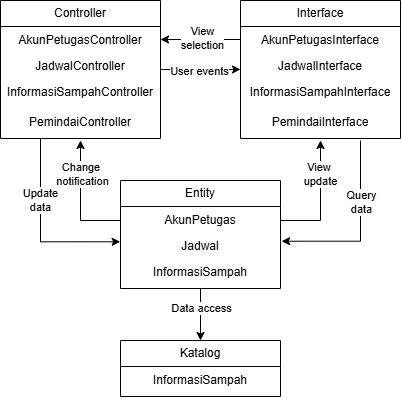
The draw.io diagram docs/M6/assets/diagram/arsitektur-mvc.png in sy-150/IF2150-RPL-K02-G05, before a commit. Source tidied: cells renumbered, new cells last; positions are measured from the earlier drawing's top-left corner, leaving out a move shared by most shapes.
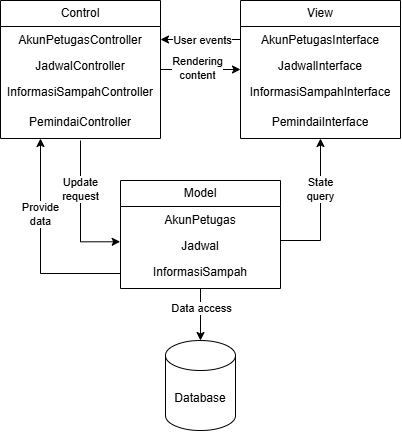
Above is the later version.

Commit message:
docs: edit image for aresitektur mvc

The edit, as a diff of the source:
```diff
@@ -5,12 +5,10 @@
     <mxCell id="2" style="edgeStyle=orthogonalEdgeStyle;rounded=0;jettySize=auto;html=1;entryX=0;entryY=0.5;entryDx=0;entryDy=0;" parent="1" edge="1" source="4" target="9">
       <mxGeometry relative="1" as="geometry" />
     </mxCell>
-    <mxCell id="3" value="User events" style="edgeLabel;html=1;align=center;verticalAlign=middle;" parent="2" vertex="1">
-      <mxGeometry x="0.12" y="-1" relative="1" as="geometry">
-        <mxPoint x="-7" as="offset" />
-      </mxGeometry>
-    </mxCell>
+    <mxCell id="32" value="Rendering&lt;div&gt;content&lt;/div&gt;" style="edgeLabel;html=1;align=center;verticalAlign=middle;" parent="2" vertex="1">
+      <mxGeometry x="-0.09" y="2" relative="1" as="geometry" />
+    </mxCell>
-    <mxCell id="4" value="Controller" style="swimlane;fontStyle=0;horizontal=1;startSize=26;fillColor=none;whiteSpace=wrap;html=1;" parent="1" vertex="1">
+    <mxCell id="4" value="Control" style="swimlane;fontStyle=0;horizontal=1;startSize=26;fillColor=none;whiteSpace=wrap;html=1;" parent="1" vertex="1">
       <mxGeometry width="160" height="138" as="geometry" />
     </mxCell>
     <mxCell id="5" value="AkunPetugasController" style="text;strokeColor=none;fillColor=none;align=center;verticalAlign=top;spacingLeft=4;spacingRight=4;overflow=hidden;points=[[0,0.5],[1,0.5]];portConstraint=eastwest;whiteSpace=wrap;html=1;" parent="4" vertex="1">
@@ -25,7 +23,7 @@
     <mxCell id="8" value="PemindaiController" style="text;strokeColor=none;fillColor=none;align=center;verticalAlign=top;spacingLeft=4;spacingRight=4;overflow=hidden;whiteSpace=wrap;html=1;" parent="4" vertex="1">
       <mxGeometry y="108" width="160" height="30" as="geometry" />
     </mxCell>
-    <mxCell id="9" value="Interface" style="swimlane;fontStyle=0;horizontal=1;startSize=26;fillColor=none;whiteSpace=wrap;html=1;" parent="1" vertex="1">
+    <mxCell id="9" value="View" style="swimlane;fontStyle=0;horizontal=1;startSize=26;fillColor=none;whiteSpace=wrap;html=1;" parent="1" vertex="1">
       <mxGeometry x="240" width="160" height="138" as="geometry" />
     </mxCell>
     <mxCell id="10" value="AkunPetugasInterface" style="text;strokeColor=none;fillColor=none;align=center;verticalAlign=top;spacingLeft=4;spacingRight=4;overflow=hidden;points=[[0,0.5],[1,0.5]];portConstraint=eastwest;whiteSpace=wrap;html=1;" parent="9" vertex="1">
@@ -40,26 +38,6 @@
     <mxCell id="13" value="PemindaiInterface" style="text;strokeColor=none;fillColor=none;align=center;verticalAlign=top;spacingLeft=4;spacingRight=4;overflow=hidden;whiteSpace=wrap;html=1;" parent="9" vertex="1">
       <mxGeometry y="108" width="160" height="30" as="geometry" />
     </mxCell>
-    <mxCell id="14" style="edgeStyle=orthogonalEdgeStyle;rounded=0;orthogonalLoop=1;jettySize=auto;html=1;" parent="1" edge="1">
-      <mxGeometry relative="1" as="geometry">
-        <mxPoint x="280" y="220" as="sourcePoint" />
-        <mxPoint x="320" y="140" as="targetPoint" />
-      </mxGeometry>
-    </mxCell>
-    <mxCell id="15" value="View&amp;nbsp;&lt;div&gt;update&lt;/div&gt;" style="edgeLabel;html=1;align=center;verticalAlign=middle;" parent="14" vertex="1">
-      <mxGeometry x="0.34" y="1" relative="1" as="geometry">
-        <mxPoint y="-7" as="offset" />
-      </mxGeometry>
-    </mxCell>
-    <mxCell id="16" style="edgeStyle=orthogonalEdgeStyle;rounded=0;orthogonalLoop=1;jettySize=auto;html=1;" parent="1" edge="1">
-      <mxGeometry x="-0.12" relative="1" as="geometry">
-        <mxPoint x="120" y="220" as="sourcePoint" />
-        <mxPoint x="80" y="140" as="targetPoint" />
-      </mxGeometry>
-    </mxCell>
-    <mxCell id="17" value="Change&amp;nbsp;&lt;div&gt;notification&lt;/div&gt;" style="edgeLabel;html=1;align=center;verticalAlign=middle;" parent="16" vertex="1">
-      <mxGeometry x="0.46" y="-1" relative="1" as="geometry" />
-    </mxCell>
     <mxCell id="18" style="edgeStyle=orthogonalEdgeStyle;rounded=0;jettySize=auto;html=1;exitX=0.5;exitY=1;exitDx=0;exitDy=0;" parent="1" edge="1" source="20">
       <mxGeometry relative="1" as="geometry">
         <mxPoint x="200" y="340" as="targetPoint" />
@@ -68,7 +46,15 @@
     <mxCell id="19" value="Data access" style="edgeLabel;html=1;align=center;verticalAlign=middle;" parent="18" vertex="1">
       <mxGeometry x="-0.27" relative="1" as="geometry" />
     </mxCell>
+    <mxCell id="33" style="edgeStyle=orthogonalEdgeStyle;rounded=0;jettySize=auto;html=1;entryX=0.25;entryY=1;entryDx=0;entryDy=0;exitX=0;exitY=0.5;exitDx=0;exitDy=0;" parent="1" edge="1" source="23" target="4">
+      <mxGeometry relative="1" as="geometry" />
+    </mxCell>
+    <mxCell id="34" value="Provide&lt;div&gt;data&lt;/div&gt;" style="edgeLabel;html=1;align=center;verticalAlign=middle;" parent="33" vertex="1">
+      <mxGeometry x="0.29" y="2" relative="1" as="geometry">
+        <mxPoint x="1" y="-1" as="offset" />
+      </mxGeometry>
+    </mxCell>
-    <mxCell id="20" value="Entity" style="swimlane;fontStyle=0;horizontal=1;startSize=26;fillColor=none;whiteSpace=wrap;html=1;" parent="1" vertex="1">
+    <mxCell id="20" value="Model" style="swimlane;fontStyle=0;horizontal=1;startSize=26;fillColor=none;whiteSpace=wrap;html=1;" parent="1" vertex="1">
       <mxGeometry x="120" y="180" width="160" height="108" as="geometry" />
     </mxCell>
     <mxCell id="21" value="AkunPetugas" style="text;strokeColor=none;fillColor=none;align=center;verticalAlign=top;spacingLeft=4;spacingRight=4;overflow=hidden;whiteSpace=wrap;html=1;" parent="20" vertex="1">
@@ -80,37 +66,42 @@
     <mxCell id="23" value="InformasiSampah" style="text;strokeColor=none;fillColor=none;align=center;verticalAlign=top;spacingLeft=4;spacingRight=4;overflow=hidden;points=[[0,0.5],[1,0.5]];portConstraint=eastwest;whiteSpace=wrap;html=1;" parent="20" vertex="1">
       <mxGeometry y="78" width="160" height="30" as="geometry" />
     </mxCell>
-    <mxCell id="24" value="Katalog" style="swimlane;fontStyle=0;horizontal=1;startSize=26;fillColor=none;whiteSpace=wrap;html=1;" parent="1" vertex="1">
-      <mxGeometry x="120" y="340" width="160" height="56" as="geometry" />
-    </mxCell>
-    <mxCell id="25" value="InformasiSampah" style="text;strokeColor=none;fillColor=none;align=center;verticalAlign=top;spacingLeft=4;spacingRight=4;overflow=hidden;whiteSpace=wrap;html=1;" parent="24" vertex="1">
-      <mxGeometry y="26" width="160" height="30" as="geometry" />
-    </mxCell>
     <mxCell id="26" style="edgeStyle=orthogonalEdgeStyle;rounded=0;jettySize=auto;html=1;exitX=0;exitY=0.5;exitDx=0;exitDy=0;entryX=1;entryY=0.5;entryDx=0;entryDy=0;" parent="1" edge="1" source="10" target="5">
       <mxGeometry relative="1" as="geometry" />
     </mxCell>
-    <mxCell id="27" value="View&lt;div&gt;selection&lt;/div&gt;" style="edgeLabel;html=1;align=center;verticalAlign=middle;" parent="26" vertex="1">
-      <mxGeometry x="0.14" y="-2" relative="1" as="geometry">
-        <mxPoint x="7" as="offset" />
-      </mxGeometry>
-    </mxCell>
+    <mxCell id="3" value="User events" style="edgeLabel;html=1;align=center;verticalAlign=middle;" parent="26" vertex="1">
+      <mxGeometry x="-0.11" relative="1" as="geometry">
+        <mxPoint x="-4" as="offset" />
+      </mxGeometry>
+    </mxCell>
-    <mxCell id="28" style="edgeStyle=orthogonalEdgeStyle;rounded=0;jettySize=auto;html=1;entryX=-0.002;entryY=0.357;entryDx=0;entryDy=0;entryPerimeter=0;exitX=0.25;exitY=1;exitDx=0;exitDy=0;" parent="1" edge="1" source="4" target="22">
-      <mxGeometry relative="1" as="geometry" />
+    <mxCell id="28" style="edgeStyle=orthogonalEdgeStyle;rounded=0;jettySize=auto;html=1;entryX=-0.002;entryY=0.357;entryDx=0;entryDy=0;entryPerimeter=0;" parent="1" edge="1" target="22">
+      <mxGeometry relative="1" as="geometry">
+        <mxPoint x="80" y="140" as="sourcePoint" />
+      </mxGeometry>
     </mxCell>
-    <mxCell id="29" value="Update&lt;div&gt;data&lt;/div&gt;" style="edgeLabel;html=1;align=center;verticalAlign=middle;" parent="28" vertex="1">
+    <mxCell id="29" value="Update&lt;div&gt;request&lt;/div&gt;" style="edgeLabel;html=1;align=center;verticalAlign=middle;" parent="28" vertex="1">
       <mxGeometry x="-0.39" y="-1" relative="1" as="geometry">
         <mxPoint y="5" as="offset" />
       </mxGeometry>
     </mxCell>
-    <mxCell id="30" style="edgeStyle=orthogonalEdgeStyle;rounded=0;jettySize=auto;html=1;entryX=1.007;entryY=0.335;entryDx=0;entryDy=0;entryPerimeter=0;" parent="1" edge="1" target="22">
-      <mxGeometry relative="1" as="geometry">
-        <mxPoint x="360" y="140" as="sourcePoint" />
-      </mxGeometry>
-    </mxCell>
-    <mxCell id="31" value="Query&lt;div&gt;data&lt;/div&gt;" style="edgeLabel;html=1;align=center;verticalAlign=middle;" parent="30" vertex="1">
-      <mxGeometry x="-0.37" relative="1" as="geometry">
-        <mxPoint y="4" as="offset" />
-      </mxGeometry>
-    </mxCell>
+    <mxCell id="35" value="Database" style="shape=cylinder3;whiteSpace=wrap;html=1;boundedLbl=1;backgroundOutline=1;size=15;" parent="1" vertex="1">
+      <mxGeometry x="165" y="340" width="70" height="90" as="geometry" />
+    </mxCell>
+    <mxCell id="36" style="edgeStyle=orthogonalEdgeStyle;rounded=0;jettySize=auto;html=1;entryX=0.5;entryY=1;entryDx=0;entryDy=0;" parent="1" edge="1" target="9">
+      <mxGeometry relative="1" as="geometry">
+        <mxPoint x="280" y="240" as="sourcePoint" />
+        <Array as="points">
+          <mxPoint x="320" y="240" />
+        </Array>
+      </mxGeometry>
+    </mxCell>
+    <mxCell id="37" value="Text" style="edgeLabel;html=1;align=center;verticalAlign=middle;" parent="36" vertex="1">
+      <mxGeometry x="0.27" y="-2" relative="1" as="geometry" />
+    </mxCell>
+    <mxCell id="38" value="State&lt;div&gt;query&lt;/div&gt;" style="edgeLabel;html=1;align=center;verticalAlign=middle;" parent="36" vertex="1">
+      <mxGeometry x="0.27" y="-2" relative="1" as="geometry">
+        <mxPoint x="-3" y="-2" as="offset" />
+      </mxGeometry>
+    </mxCell>
   </root>
 </mxGraphModel>
```
